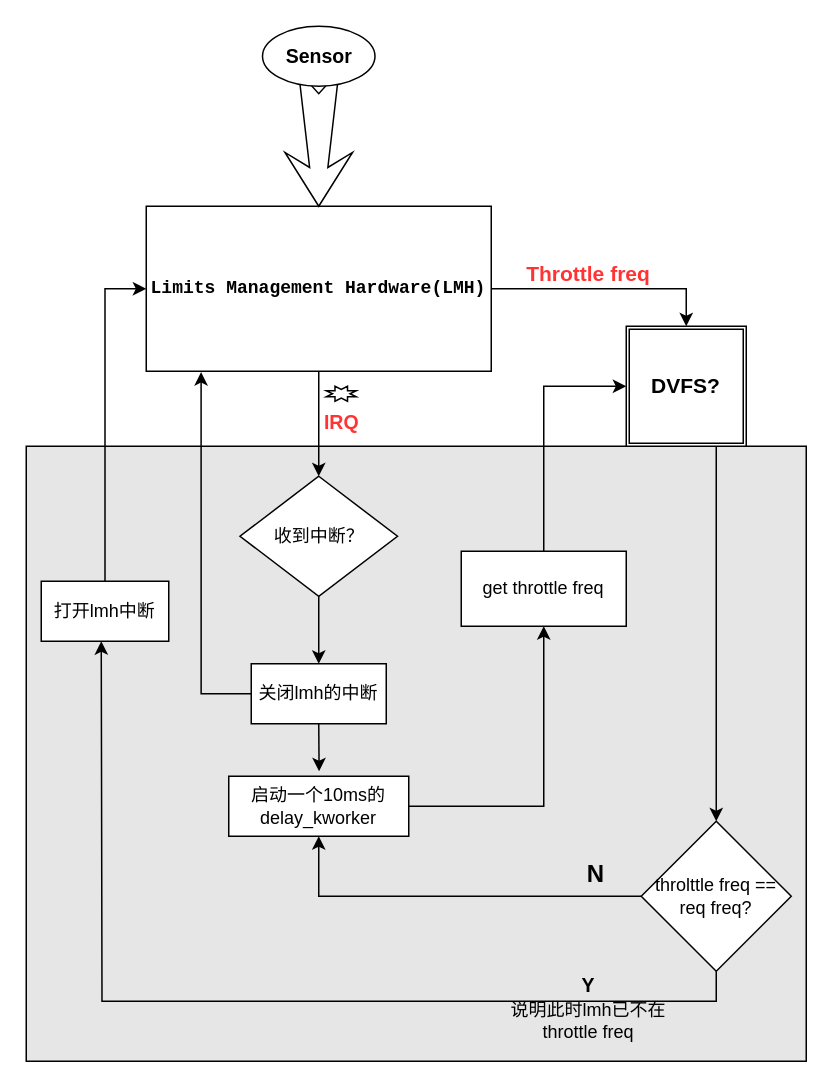
Before: lmh.drawio in xw-yan/draw-io, a draw.io diagram. Source tidied: cells renumbered, new cells numbered last; positions are measured from the earlier drawing's top-left corner, leaving out a move shared by most shapes. Both pictures are drawn from the tidied source at 150%, with x=0, y=0 at pixel (26, 26).
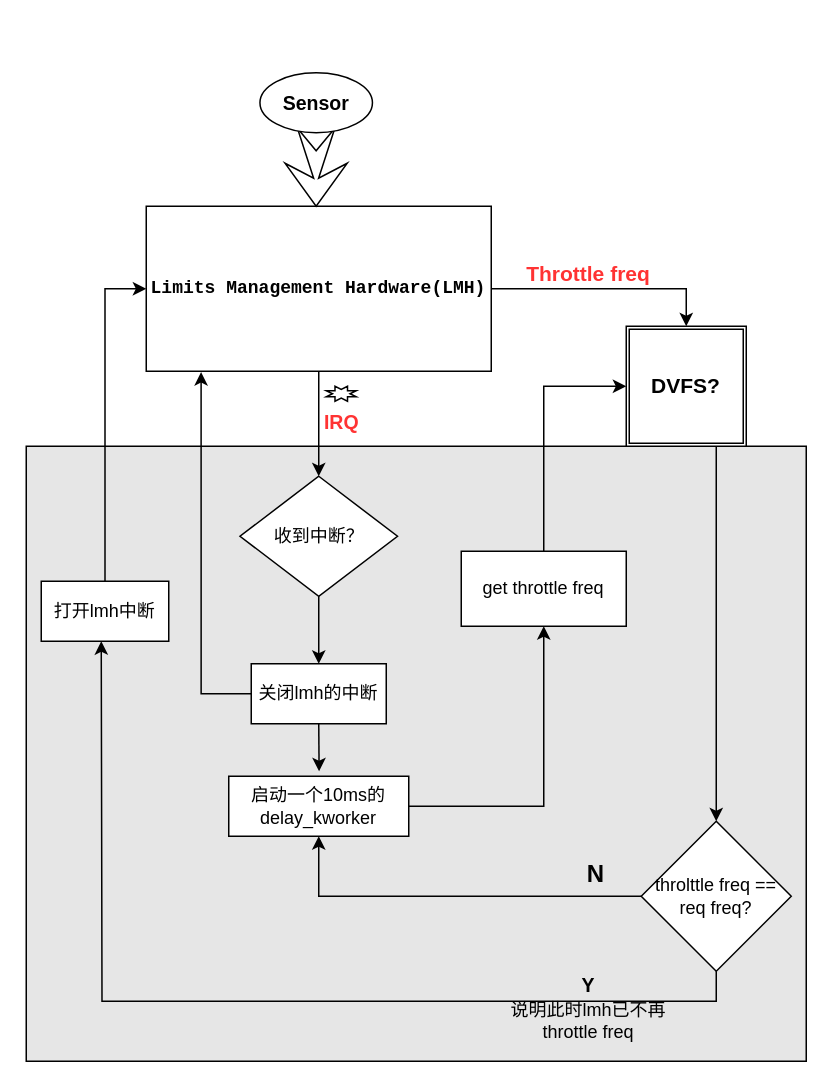
The same diagram, later.

Change to the diagram source:
```diff
@@
-    <mxCell id="6" style="html=1;shadow=0;dashed=0;align=center;verticalAlign=middle;shape=mxgraph.arrows2.stylisedArrow;dy=0.73;dx=25.86;notch=15;feather=0.4;direction=south;" parent="1" vertex="1">
-      <mxGeometry x="172.5" y="30" width="45" height="90" as="geometry" />
+    <mxCell id="6" style="html=1;shadow=0;dashed=0;align=center;verticalAlign=middle;shape=mxgraph.arrows2.stylisedArrow;dy=0.92;dx=18.67;notch=15;feather=0.4;direction=south;" parent="1" vertex="1">
+      <mxGeometry x="172.5" y="68" width="41.5" height="52" as="geometry" />
     </mxCell>
     <mxCell id="7" value="Sensor" style="strokeWidth=1;html=1;shape=mxgraph.flowchart.start_1;whiteSpace=wrap;fontStyle=1;fontSize=13;" parent="1" vertex="1">
-      <mxGeometry x="157.5" width="75" height="40" as="geometry" />
+      <mxGeometry x="155.8" y="31" width="75" height="40" as="geometry" />
     </mxCell>
@@
-    <mxCell id="26" value="Y&lt;div style=&quot;&quot;&gt;&lt;span style=&quot;font-weight: normal;&quot;&gt;&lt;font style=&quot;font-size: 12px;&quot;&gt;说明此时lmh已不在throttle freq&lt;/font&gt;&lt;/span&gt;&lt;/div&gt;" style="text;html=1;align=center;verticalAlign=middle;whiteSpace=wrap;rounded=0;fontStyle=1;fontSize=13;" parent="1" vertex="1">
+    <mxCell id="26" value="Y&lt;div style=&quot;&quot;&gt;&lt;span style=&quot;font-weight: normal;&quot;&gt;&lt;font style=&quot;font-size: 12px;&quot;&gt;说明此时lmh已不再throttle freq&lt;/font&gt;&lt;/span&gt;&lt;/div&gt;" style="text;html=1;align=center;verticalAlign=middle;whiteSpace=wrap;rounded=0;fontStyle=1;fontSize=13;" parent="1" vertex="1">
       <mxGeometry x="310" y="640" width="130" height="30" as="geometry" />
     </mxCell>
```
